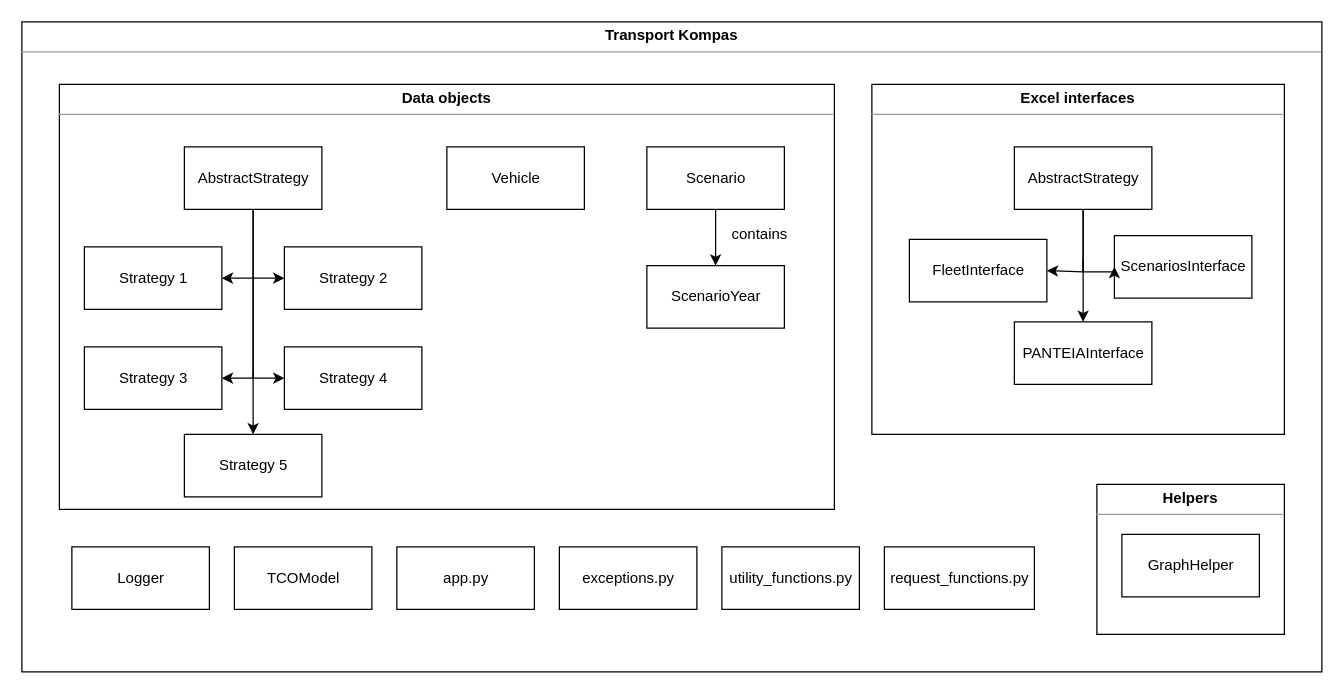
Jakolien/ZET-compass keeps this draw.io diagram as documentation/transport_kompas_code_structure.drawio. Above is the earlier version. Source tidied: cells renumbered, new cells numbered last; positions are measured from the earlier drawing's top-left corner, leaving out a move shared by most shapes. Both pictures are drawn from the tidied source at 125%, with x=0, y=0 at pixel (21, 21).
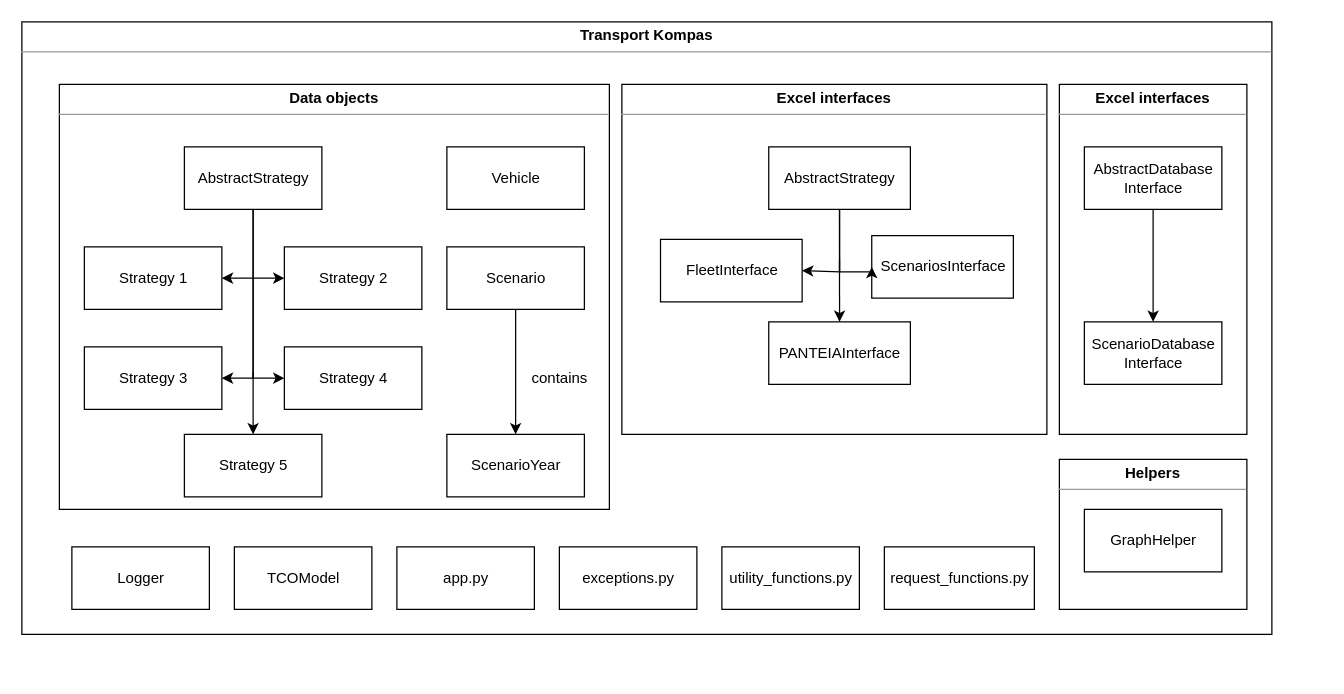
Above is the later version.

The change refers to these unchanged cells:
```xml
<mxCell id="3" style="group;" parent="1" vertex="1">
  <mxGeometry x="30" y="50" width="620" height="340" as="geometry" />
</mxCell>
```

The edit, as a diff of the source:
```diff
@@
     <mxCell id="2" value="&lt;p style=&quot;margin: 0px ; margin-top: 4px ; text-align: center&quot;&gt;&lt;b&gt;Transport Kompas&lt;/b&gt;&lt;/p&gt;&lt;hr size=&quot;1&quot;&gt;&lt;div style=&quot;height: 2px&quot;&gt;&lt;/div&gt;" style="verticalAlign=top;align=left;overflow=fill;fontSize=12;fontFamily=Helvetica;html=1;" parent="1" vertex="1">
-      <mxGeometry width="1040" height="520" as="geometry" />
+      <mxGeometry width="1000" height="490" as="geometry" />
     </mxCell>
@@
     <mxCell id="4" value="&lt;p style=&quot;margin: 0px ; margin-top: 4px ; text-align: center&quot;&gt;&lt;b&gt;Data objects&lt;/b&gt;&lt;/p&gt;&lt;hr size=&quot;1&quot;&gt;&lt;div style=&quot;height: 2px&quot;&gt;&lt;/div&gt;" style="verticalAlign=top;align=left;overflow=fill;fontSize=12;fontFamily=Helvetica;html=1;" parent="3" vertex="1">
-      <mxGeometry width="620" height="340" as="geometry" />
+      <mxGeometry width="440" height="340" as="geometry" />
     </mxCell>
@@
     <mxCell id="16" value="Scenario" style="html=1;" parent="3" vertex="1">
-      <mxGeometry x="470" y="50" width="110" height="50" as="geometry" />
+      <mxGeometry x="310" y="130" width="110" height="50" as="geometry" />
     </mxCell>
     <mxCell id="17" value="ScenarioYear" style="html=1;" parent="3" vertex="1">
-      <mxGeometry x="470" y="145" width="110" height="50" as="geometry" />
+      <mxGeometry x="310" y="280" width="110" height="50" as="geometry" />
     </mxCell>
@@
     <mxCell id="19" value="&lt;font style=&quot;font-size: 12px&quot;&gt;contains&lt;/font&gt;" style="text;html=1;align=center;verticalAlign=middle;" parent="3" vertex="1">
-      <mxGeometry x="530" y="110" width="60" height="20" as="geometry" />
+      <mxGeometry x="370" y="225" width="60" height="20" as="geometry" />
     </mxCell>
@@
     <mxCell id="21" style="group;" parent="1" vertex="1">
-      <mxGeometry x="860" y="370" width="150" height="120" as="geometry" />
+      <mxGeometry x="830" y="350" width="150" height="120" as="geometry" />
     </mxCell>
@@
     <mxCell id="24" style="group;" parent="1" vertex="1">
-      <mxGeometry x="680" y="50" width="330" height="280" as="geometry" />
+      <mxGeometry x="480" y="50" width="340" height="280" as="geometry" />
     </mxCell>
     <mxCell id="25" value="&lt;p style=&quot;margin: 0px ; margin-top: 4px ; text-align: center&quot;&gt;&lt;b&gt;Excel interfaces&lt;/b&gt;&lt;/p&gt;&lt;hr size=&quot;1&quot;&gt;&lt;div style=&quot;height: 2px&quot;&gt;&lt;/div&gt;" style="verticalAlign=top;align=left;overflow=fill;fontSize=12;fontFamily=Helvetica;html=1;" parent="24" vertex="1">
-      <mxGeometry width="330" height="280" as="geometry" />
+      <mxGeometry width="340" height="280" as="geometry" />
     </mxCell>
     <mxCell id="26" value="&lt;font style=&quot;font-size: 12px&quot;&gt;AbstractStrategy&lt;/font&gt;" style="html=1;" parent="24" vertex="1">
-      <mxGeometry x="114" y="50" width="110" height="50" as="geometry" />
+      <mxGeometry x="117.5" y="50" width="113.3" height="50" as="geometry" />
     </mxCell>
     <mxCell id="27" value="FleetInterface" style="html=1;" parent="24" vertex="1">
-      <mxGeometry x="30" y="124" width="110" height="50" as="geometry" />
+      <mxGeometry x="30.9" y="124" width="113.3" height="50" as="geometry" />
     </mxCell>
     <mxCell id="28" value="ScenariosInterface" style="html=1;" parent="24" vertex="1">
-      <mxGeometry x="194" y="121" width="110" height="50" as="geometry" />
+      <mxGeometry x="199.9" y="121" width="113.3" height="50" as="geometry" />
     </mxCell>
     <mxCell id="29" value="PANTEIAInterface" style="html=1;" parent="24" vertex="1">
-      <mxGeometry x="114" y="190" width="110" height="50" as="geometry" />
+      <mxGeometry x="117.5" y="190" width="113.3" height="50" as="geometry" />
     </mxCell>
     <mxCell id="30" style="edgeStyle=orthogonalEdgeStyle;rounded=0;jettySize=auto;html=1;entryX=0;entryY=0.5;entryDx=0;entryDy=0;" parent="24" edge="1" target="28">
       <mxGeometry relative="1" as="geometry">
-        <mxPoint x="169" y="100" as="sourcePoint" />
+        <mxPoint x="174.1" y="100" as="sourcePoint" />
         <Array as="points">
-          <mxPoint x="169" y="150" />
-          <mxPoint x="194" y="150" />
+          <mxPoint x="174.1" y="150" />
+          <mxPoint x="199.9" y="150" />
         </Array>
       </mxGeometry>
     </mxCell>
     <mxCell id="31" style="endArrow=classic;html=1;entryX=0.5;entryY=0;entryDx=0;entryDy=0;" parent="24" edge="1" target="29">
       <mxGeometry relative="1" as="geometry">
-        <mxPoint x="169" y="140" as="sourcePoint" />
+        <mxPoint x="174.1" y="140" as="sourcePoint" />
       </mxGeometry>
     </mxCell>
     <mxCell id="32" style="edgeStyle=orthogonalEdgeStyle;rounded=0;jettySize=auto;html=1;entryX=1;entryY=0.5;entryDx=0;entryDy=0;exitX=0.5;exitY=1;exitDx=0;exitDy=0;" parent="24" edge="1" source="26" target="27">
       <mxGeometry relative="1" as="geometry">
         <Array as="points">
-          <mxPoint x="169" y="150" />
+          <mxPoint x="174.1" y="150" />
         </Array>
       </mxGeometry>
     </mxCell>
@@
+    <mxCell id="39" value="&lt;p style=&quot;margin: 0px ; margin-top: 4px ; text-align: center&quot;&gt;&lt;b&gt;Excel interfaces&lt;/b&gt;&lt;/p&gt;&lt;hr size=&quot;1&quot;&gt;&lt;div style=&quot;height: 2px&quot;&gt;&lt;/div&gt;" style="verticalAlign=top;align=left;overflow=fill;fontSize=12;fontFamily=Helvetica;html=1;" parent="1" vertex="1">
+      <mxGeometry x="830" y="50" width="150" height="280" as="geometry" />
+    </mxCell>
+    <mxCell id="40" style="edgeStyle=orthogonalEdgeStyle;rounded=0;jettySize=auto;html=1;" parent="1" edge="1" source="41" target="42">
+      <mxGeometry relative="1" as="geometry" />
+    </mxCell>
+    <mxCell id="41" value="&lt;font style=&quot;font-size: 12px&quot;&gt;AbstractDatabase&lt;br&gt;Interface&lt;/font&gt;" style="html=1;" parent="1" vertex="1">
+      <mxGeometry x="850" y="100" width="110" height="50" as="geometry" />
+    </mxCell>
+    <mxCell id="42" value="&lt;font style=&quot;font-size: 12px&quot;&gt;ScenarioDatabase&lt;br&gt;Interface&lt;br&gt;&lt;/font&gt;" style="html=1;" parent="1" vertex="1">
+      <mxGeometry x="850" y="240" width="110" height="50" as="geometry" />
+    </mxCell>
```
